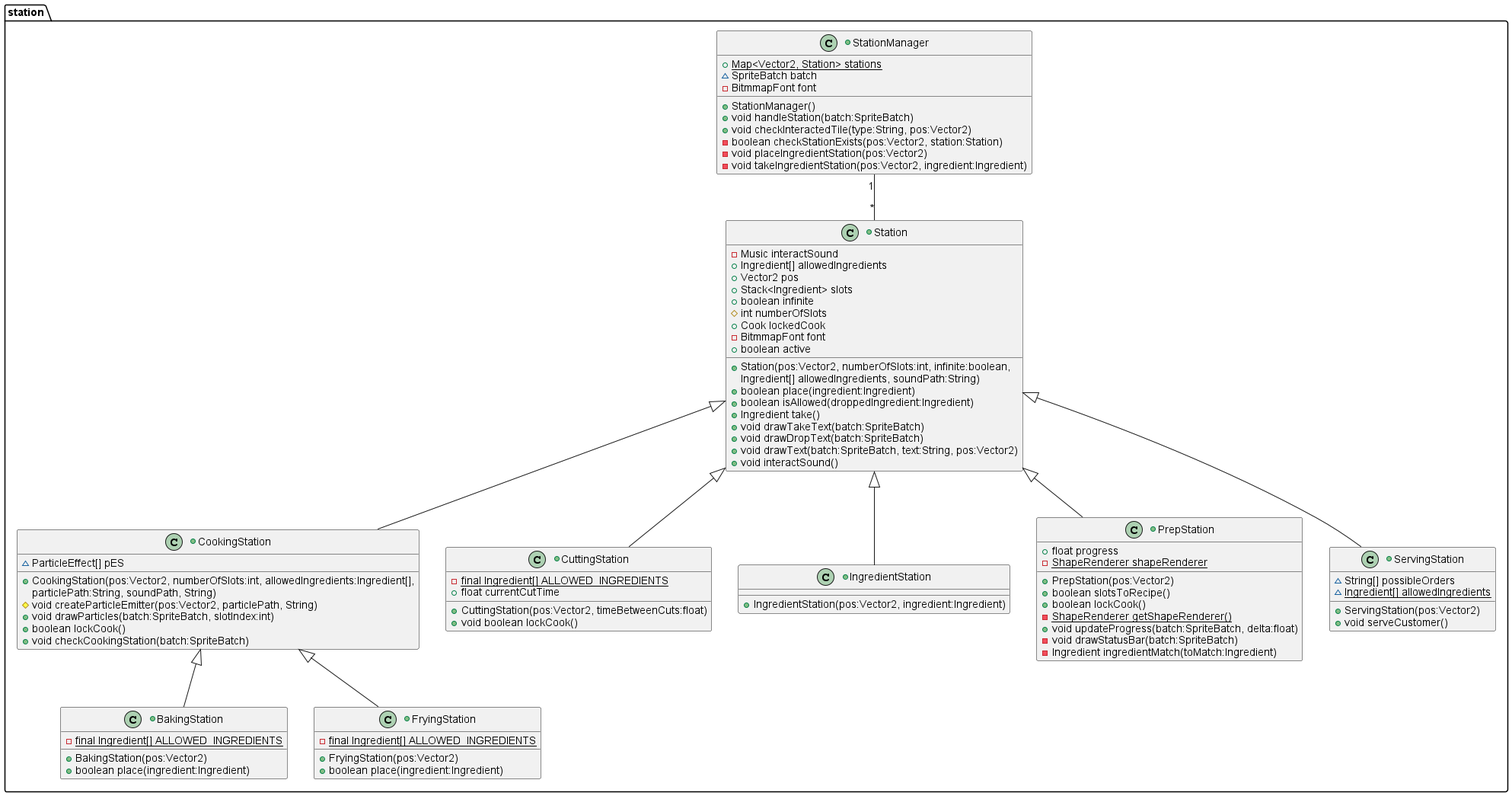
Earlier version of the PlantUML export UMLDiagrams/station_package.png (decassociation/project_eng1_team3).
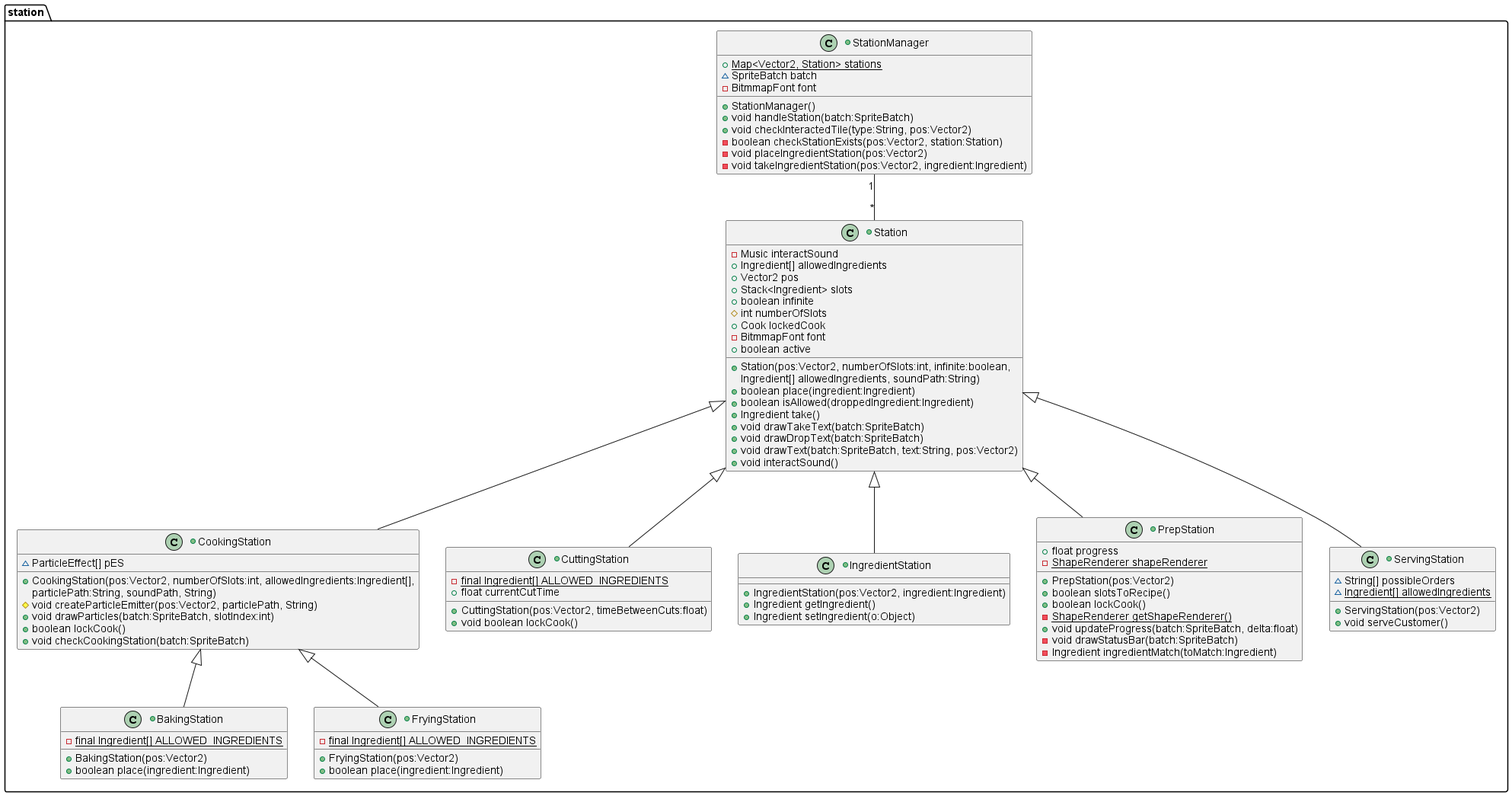
Later version of the same file.

Change to the diagram source:
```diff
@@ -35,6 +35,8 @@
 
 +class IngredientStation extends Station{
 +IngredientStation(pos:Vector2, ingredient:Ingredient)
++Ingredient getIngredient()
++Ingredient setIngredient(o:Object)
 }
 
 +class PrepStation extends Station{
```
